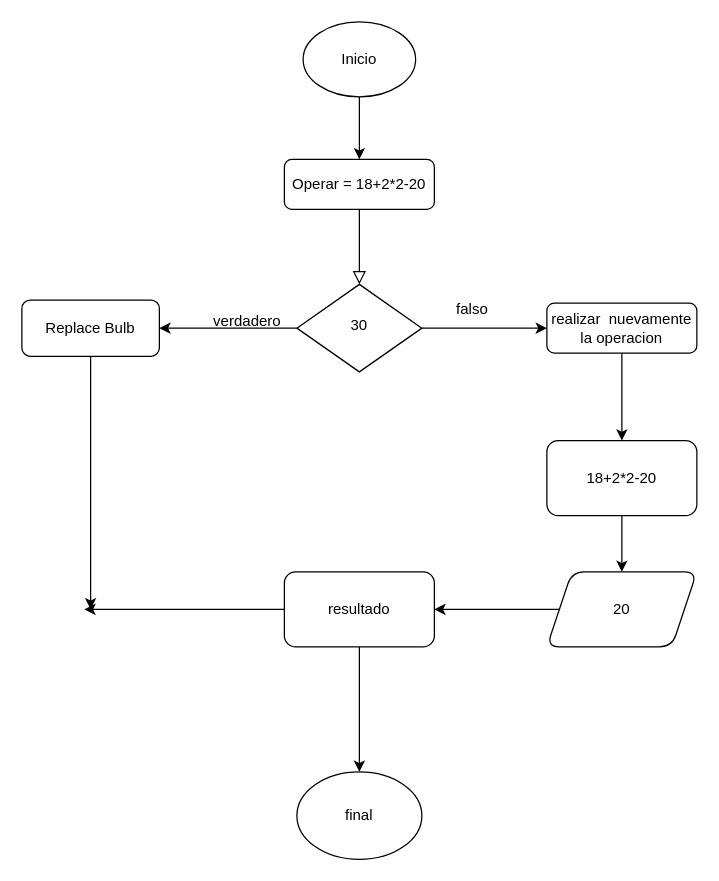
Above: Diagrama sin título.drawio in Deimoreno/html-intro (draw.io), before the change. Source tidied: cells renumbered, new cells numbered last; positions are measured from the earlier drawing's top-left corner, leaving out a move shared by most shapes. Both pictures are drawn from the tidied source at 125%, with x=0, y=0 at pixel (21, 21).
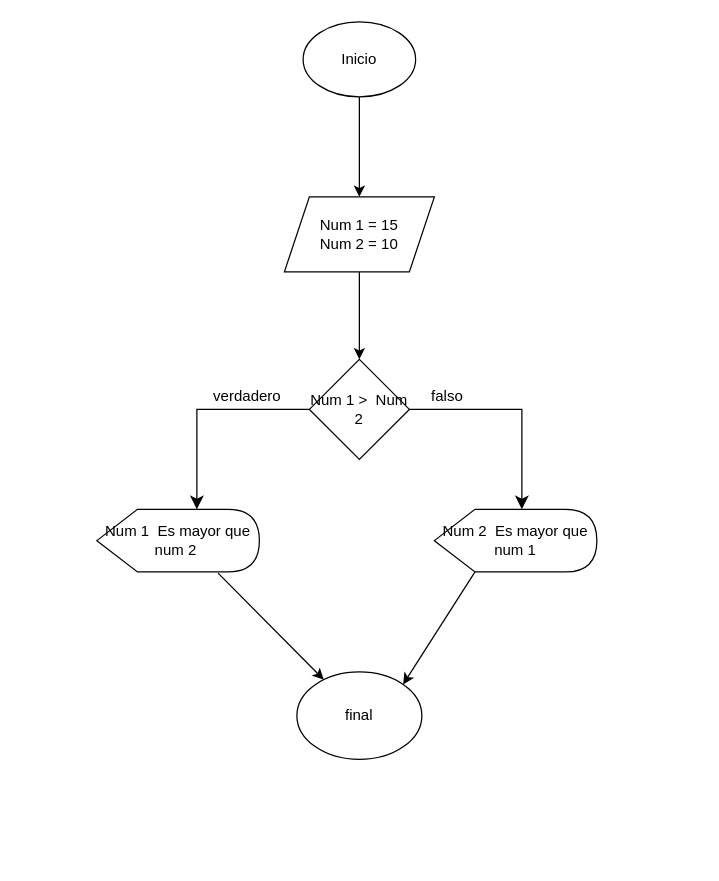
The same diagram, later.

The change refers to these unchanged cells:
```xml
<mxCell id="12" value="Inicio" style="ellipse;whiteSpace=wrap;html=1;" parent="1" vertex="1">
  <mxGeometry x="225" width="90" height="60" as="geometry" />
</mxCell>
```

Diff of the diagram source:
```diff
@@
-    <mxCell id="2" style="rounded=0;html=1;jettySize=auto;fontSize=11;endArrow=block;endFill=0;endSize=8;strokeWidth=1;shadow=0;labelBackgroundColor=none;edgeStyle=orthogonalEdgeStyle;" parent="1" edge="1" source="3" target="6">
-      <mxGeometry relative="1" as="geometry" />
-    </mxCell>
-    <mxCell id="3" value="Operar = 18+2*2-20" style="rounded=1;whiteSpace=wrap;html=1;fontSize=12;glass=0;strokeWidth=1;shadow=0;" parent="1" vertex="1">
-      <mxGeometry x="210" y="110" width="120" height="40" as="geometry" />
-    </mxCell>
-    <mxCell id="4" style="edgeStyle=orthogonalEdgeStyle;rounded=0;jettySize=auto;html=1;entryX=1;entryY=0.5;entryDx=0;entryDy=0;" parent="1" edge="1" source="6" target="10">
-      <mxGeometry relative="1" as="geometry" />
-    </mxCell>
-    <mxCell id="5" style="edgeStyle=orthogonalEdgeStyle;rounded=0;jettySize=auto;html=1;" parent="1" edge="1" source="6" target="8">
-      <mxGeometry relative="1" as="geometry" />
-    </mxCell>
-    <mxCell id="6" value="30" style="rhombus;whiteSpace=wrap;html=1;shadow=0;fontFamily=Helvetica;fontSize=12;align=center;strokeWidth=1;spacing=6;spacingTop=-4;" parent="1" vertex="1">
-      <mxGeometry x="220" y="210" width="100" height="70" as="geometry" />
-    </mxCell>
-    <mxCell id="7" style="edgeStyle=orthogonalEdgeStyle;rounded=0;jettySize=auto;html=1;" parent="1" edge="1" source="8" target="15">
-      <mxGeometry relative="1" as="geometry" />
-    </mxCell>
-    <mxCell id="8" value="realizar&amp;nbsp; nuevamente la operacion" style="rounded=1;whiteSpace=wrap;html=1;fontSize=12;glass=0;strokeWidth=1;shadow=0;" parent="1" vertex="1">
-      <mxGeometry x="420" y="225" width="120" height="40" as="geometry" />
-    </mxCell>
-    <mxCell id="9" style="edgeStyle=orthogonalEdgeStyle;rounded=0;jettySize=auto;html=1;" parent="1" edge="1" source="10">
-      <mxGeometry relative="1" as="geometry">
-        <mxPoint x="55" y="470" as="targetPoint" />
-      </mxGeometry>
-    </mxCell>
-    <mxCell id="10" value="Replace Bulb" style="rounded=1;whiteSpace=wrap;html=1;fontSize=12;glass=0;strokeWidth=1;shadow=0;" parent="1" vertex="1">
-      <mxGeometry y="222.5" width="110" height="45" as="geometry" />
-    </mxCell>
-    <mxCell id="11" style="edgeStyle=orthogonalEdgeStyle;rounded=0;jettySize=auto;html=1;" parent="1" edge="1" source="12" target="3">
-      <mxGeometry relative="1" as="geometry" />
-    </mxCell>
+    <mxCell id="23" style="edgeStyle=orthogonalEdgeStyle;rounded=0;jettySize=auto;html=1;" parent="1" edge="1" source="12" target="25">
+      <mxGeometry relative="1" as="geometry" />
+    </mxCell>
@@
+    <mxCell id="16" value="final" style="ellipse;whiteSpace=wrap;html=1;" parent="1" vertex="1">
+      <mxGeometry x="220" y="520" width="100" height="70" as="geometry" />
+    </mxCell>
+    <mxCell id="24" style="edgeStyle=orthogonalEdgeStyle;rounded=0;jettySize=auto;html=1;" parent="1" edge="1" source="25" target="26">
+      <mxGeometry relative="1" as="geometry" />
+    </mxCell>
+    <mxCell id="25" value="Num 1 = 15&lt;br&gt;Num 2 = 10" style="shape=parallelogram;perimeter=parallelogramPerimeter;whiteSpace=wrap;html=1;fixedSize=1;" parent="1" vertex="1">
+      <mxGeometry x="210" y="140" width="120" height="60" as="geometry" />
+    </mxCell>
+    <mxCell id="26" value="Num 1 &amp;gt;&amp;nbsp; Num 2" style="rhombus;whiteSpace=wrap;html=1;" parent="1" vertex="1">
+      <mxGeometry x="230" y="270" width="80" height="80" as="geometry" />
+    </mxCell>
+    <mxCell id="27" style="edgeStyle=segmentEdgeStyle;endArrow=classic;html=1;curved=0;rounded=0;endSize=8;startSize=8;" parent="1" edge="1">
+      <mxGeometry relative="1" as="geometry">
+        <mxPoint x="310" y="310" as="sourcePoint" />
+        <mxPoint x="400" y="390" as="targetPoint" />
+      </mxGeometry>
+    </mxCell>
+    <mxCell id="28" style="edgeStyle=segmentEdgeStyle;endArrow=classic;html=1;curved=0;rounded=0;endSize=8;startSize=8;exitX=0;exitY=0.5;exitDx=0;exitDy=0;" parent="1" edge="1" source="26">
+      <mxGeometry relative="1" as="geometry">
+        <mxPoint x="140" y="390" as="targetPoint" />
+      </mxGeometry>
+    </mxCell>
+    <mxCell id="29" value="Num 1&amp;nbsp; Es mayor que num 2&amp;nbsp;" style="shape=display;whiteSpace=wrap;html=1;" parent="1" vertex="1">
+      <mxGeometry x="60" y="390" width="130" height="50" as="geometry" />
+    </mxCell>
     <mxCell id="13" value="verdadero" style="text;html=1;align=center;verticalAlign=middle;strokeColor=none;fillColor=none;" parent="1" vertex="1">
-      <mxGeometry x="140" y="225" width="80" height="30" as="geometry" />
+      <mxGeometry x="140" y="285" width="80" height="30" as="geometry" />
     </mxCell>
-    <mxCell id="14" style="edgeStyle=orthogonalEdgeStyle;rounded=0;jettySize=auto;html=1;" parent="1" edge="1" source="15" target="22">
-      <mxGeometry relative="1" as="geometry" />
-    </mxCell>
-    <mxCell id="15" value="18+2*2-20" style="whiteSpace=wrap;html=1;rounded=1;glass=0;strokeWidth=1;shadow=0;" parent="1" vertex="1">
-      <mxGeometry x="420" y="335" width="120" height="60" as="geometry" />
-    </mxCell>
-    <mxCell id="16" value="final" style="ellipse;whiteSpace=wrap;html=1;" parent="1" vertex="1">
-      <mxGeometry x="220" y="600" width="100" height="70" as="geometry" />
-    </mxCell>
-    <mxCell id="17" style="edgeStyle=orthogonalEdgeStyle;rounded=0;jettySize=auto;html=1;" parent="1" edge="1" source="19" target="16">
-      <mxGeometry relative="1" as="geometry" />
-    </mxCell>
-    <mxCell id="18" style="edgeStyle=orthogonalEdgeStyle;rounded=0;jettySize=auto;html=1;" parent="1" edge="1" source="19">
-      <mxGeometry relative="1" as="geometry">
-        <mxPoint x="50" y="470" as="targetPoint" />
-      </mxGeometry>
-    </mxCell>
-    <mxCell id="19" value="resultado" style="whiteSpace=wrap;html=1;rounded=1;glass=0;strokeWidth=1;shadow=0;" parent="1" vertex="1">
-      <mxGeometry x="210" y="440" width="120" height="60" as="geometry" />
-    </mxCell>
     <mxCell id="20" value="falso" style="text;html=1;align=center;verticalAlign=middle;strokeColor=none;fillColor=none;" parent="1" vertex="1">
-      <mxGeometry x="335" y="215" width="50" height="30" as="geometry" />
+      <mxGeometry x="315" y="285" width="50" height="30" as="geometry" />
     </mxCell>
-    <mxCell id="21" style="edgeStyle=orthogonalEdgeStyle;rounded=0;jettySize=auto;html=1;" parent="1" edge="1" source="22" target="19">
-      <mxGeometry relative="1" as="geometry" />
-    </mxCell>
-    <mxCell id="22" value="20" style="shape=parallelogram;perimeter=parallelogramPerimeter;whiteSpace=wrap;html=1;fixedSize=1;rounded=1;glass=0;strokeWidth=1;shadow=0;" parent="1" vertex="1">
-      <mxGeometry x="420" y="440" width="120" height="60" as="geometry" />
-    </mxCell>
+    <mxCell id="30" value="Num 2&amp;nbsp; Es mayor que num 1" style="shape=display;whiteSpace=wrap;html=1;" parent="1" vertex="1">
+      <mxGeometry x="330" y="390" width="130" height="50" as="geometry" />
+    </mxCell>
+    <mxCell id="31" style="endArrow=classic;html=1;rounded=0;exitX=0.746;exitY=1.02;exitDx=0;exitDy=0;exitPerimeter=0;" parent="1" edge="1" source="29" target="16">
+      <mxGeometry relative="1" as="geometry" />
+    </mxCell>
+    <mxCell id="32" style="endArrow=classic;html=1;rounded=0;exitX=0;exitY=0;exitDx=32.5;exitDy=50;exitPerimeter=0;" parent="1" edge="1" source="30">
+      <mxGeometry relative="1" as="geometry">
+        <mxPoint x="305" y="530" as="targetPoint" />
+      </mxGeometry>
+    </mxCell>
```
